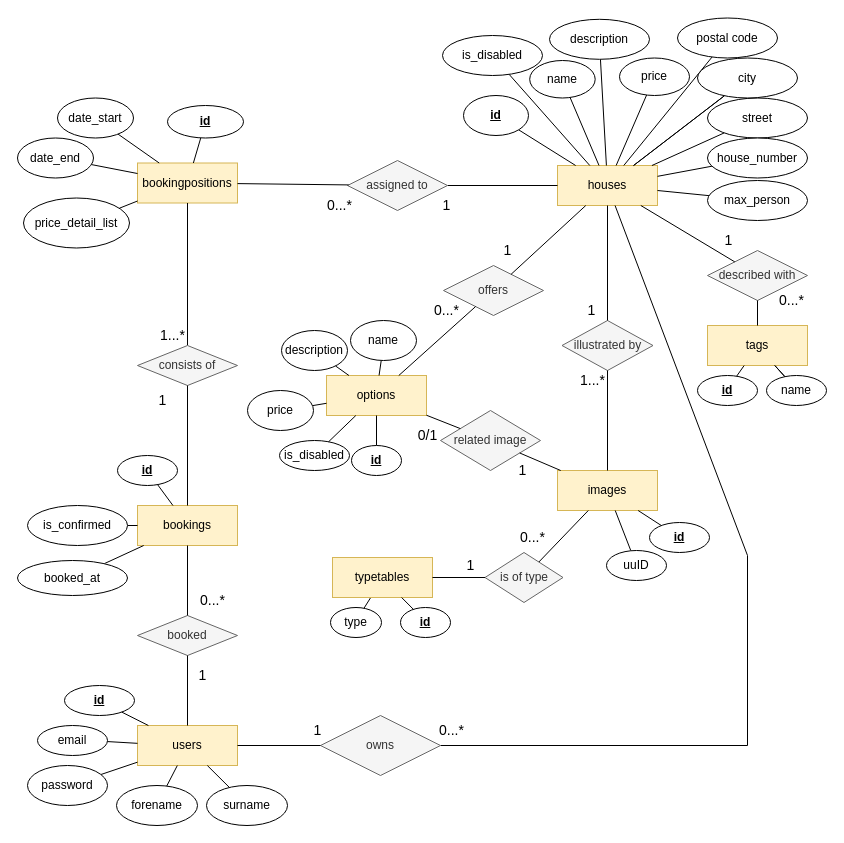
Earlier version of the draw.io diagram database/ER-Diagram.drawio (eXtgmA/vacation_rental). Source tidied: cells renumbered, new cells numbered last; positions are measured from the earlier drawing's top-left corner, leaving out a move shared by most shapes. Both pictures are drawn from the tidied source at 100%, with x=0, y=0 at pixel (17, 17).
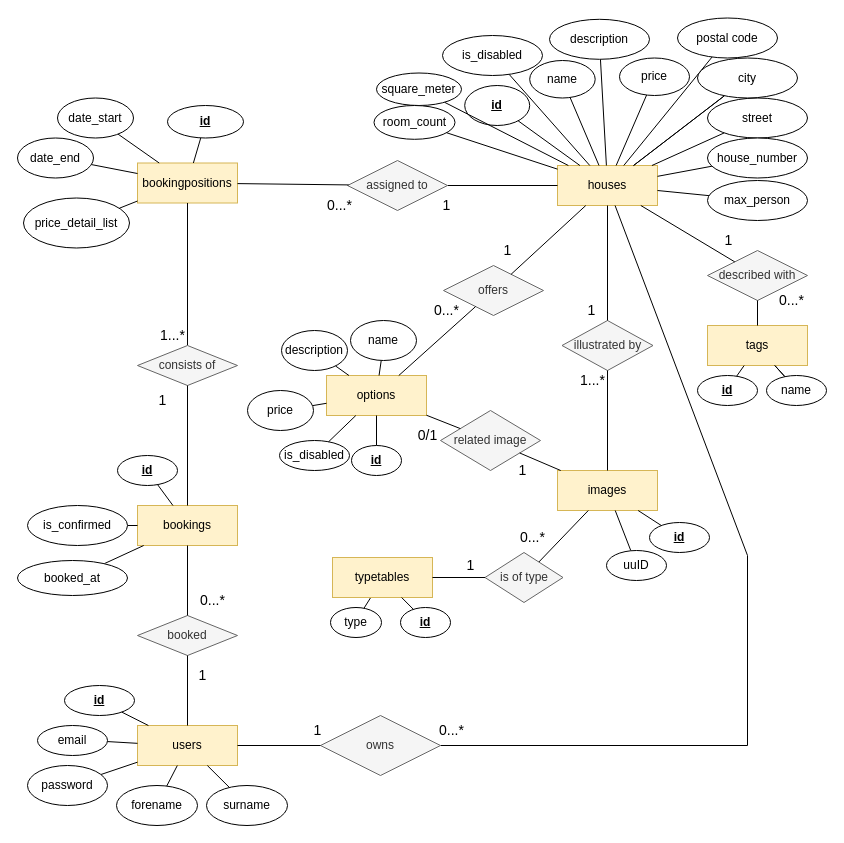
Above is the later version.

Commit message:
add attributes square_meter and room_count to house (ER)

The change refers to these unchanged cells:
```xml
<mxCell id="21" value="houses" style="whiteSpace=wrap;html=1;align=center;fillColor=#fff2cc;strokeColor=#d6b656;" parent="1" vertex="1">
  <mxGeometry x="540" y="148" width="100" height="40" as="geometry" />
</mxCell>
```

Diff of the diagram source:
```diff
@@
     <mxCell id="27" value="&lt;b&gt;&lt;u&gt;id&lt;/u&gt;&lt;/b&gt;" style="ellipse;whiteSpace=wrap;html=1;align=center;" parent="1" vertex="1">
-      <mxGeometry x="446" y="78" width="65" height="40" as="geometry" />
+      <mxGeometry x="447.2" y="68" width="65" height="40" as="geometry" />
     </mxCell>
@@
+    <mxCell id="123" style="rounded=0;jettySize=auto;html=1;endArrow=none;endFill=0;" parent="1" edge="1" source="124" target="21">
+      <mxGeometry relative="1" as="geometry" />
+    </mxCell>
+    <mxCell id="124" value="square_meter" style="ellipse;whiteSpace=wrap;html=1;align=center;" parent="1" vertex="1">
+      <mxGeometry x="359" y="55.5" width="85" height="32.5" as="geometry" />
+    </mxCell>
+    <mxCell id="125" style="rounded=0;jettySize=auto;html=1;endArrow=none;endFill=0;" parent="1" edge="1" source="126" target="21">
+      <mxGeometry relative="1" as="geometry" />
+    </mxCell>
+    <mxCell id="126" value="room_count" style="ellipse;whiteSpace=wrap;html=1;align=center;" parent="1" vertex="1">
+      <mxGeometry x="356.5" y="88" width="81" height="33.8" as="geometry" />
+    </mxCell>
```
